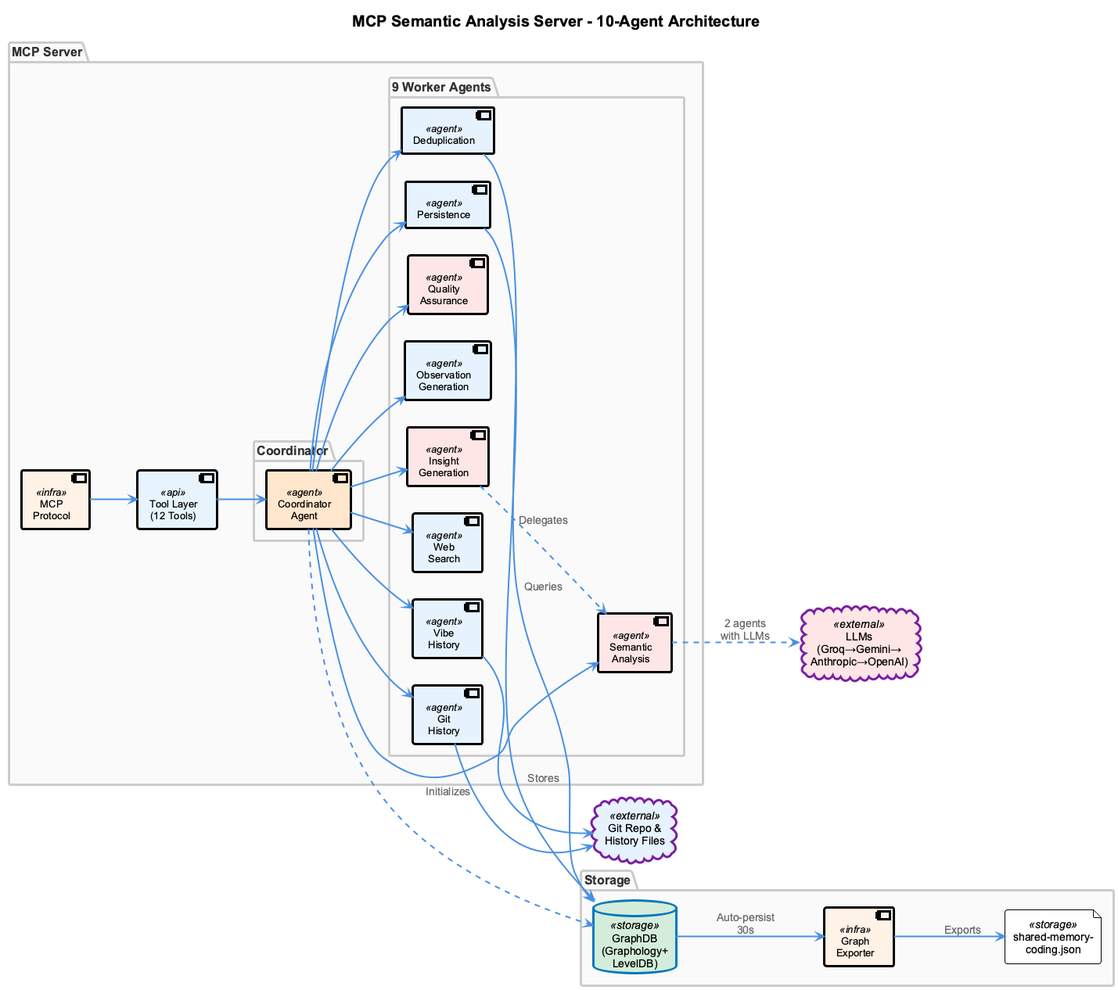
Earlier version of the PlantUML export docs/presentation/images/mcp-server-architecture.png (fwornle/coding).
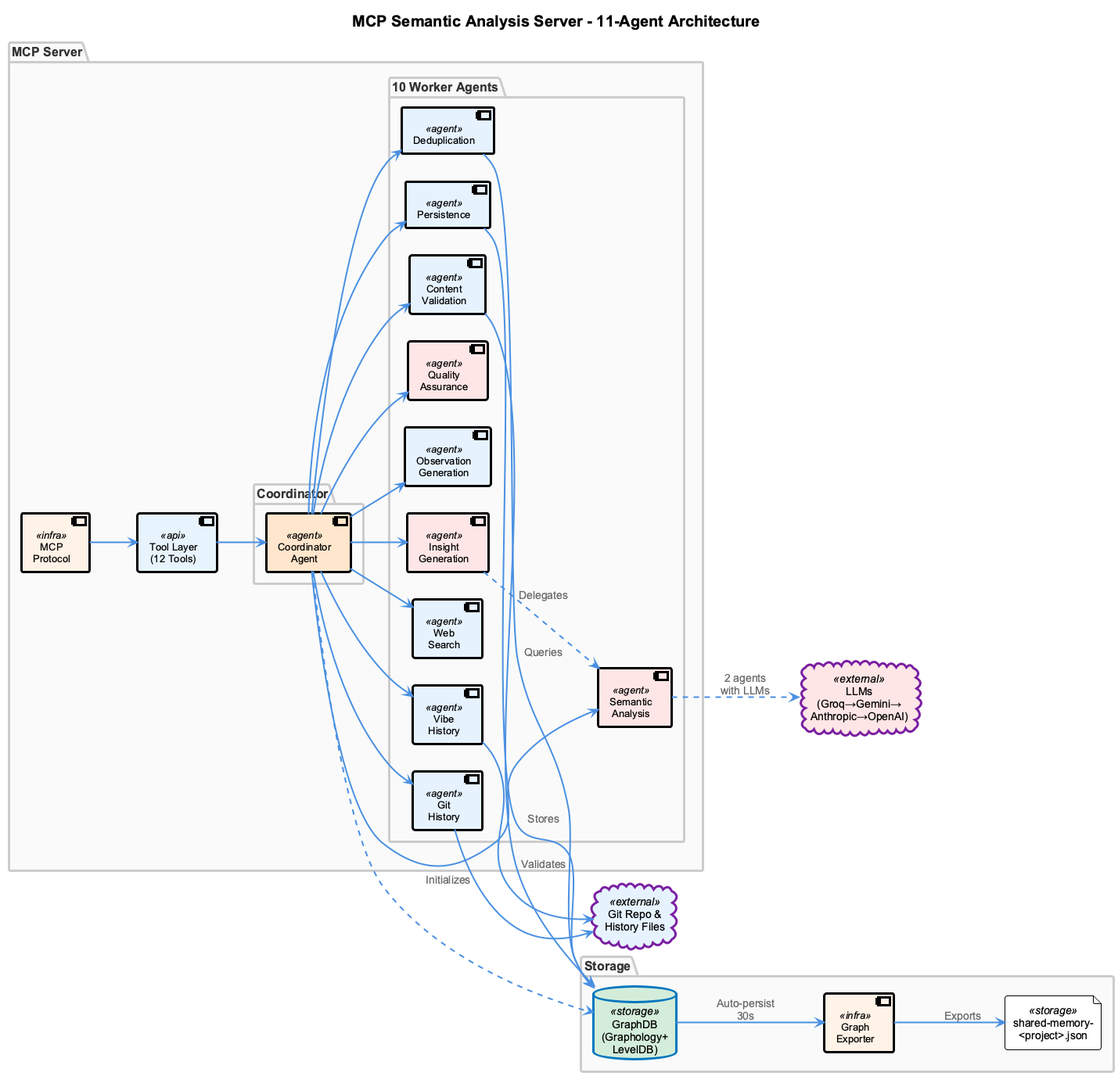
After the commit.

The edit, as a diff of the source:
```diff
@@ -9,7 +9,7 @@
 skinparam noteFontSize 11
 skinparam ArrowThickness 2
 
-title MCP Semantic Analysis Server - 10-Agent Architecture
+title MCP Semantic Analysis Server - 11-Agent Architecture
 
 left to right direction
 
@@ -21,7 +21,7 @@
     component "Coordinator\nAgent" as COORDINATOR <<agent>> #FFE6CC
   }
 
-  package "9 Worker Agents" as AGENTS_PKG {
+  package "10 Worker Agents" as AGENTS_PKG {
     component "Git\nHistory" as GIT <<agent>> #E6F3FF
     component "Vibe\nHistory" as VIBE <<agent>> #E6F3FF
     component "Semantic\nAnalysis" as SEMANTIC <<agent>> #FFE6E6
@@ -29,6 +29,7 @@
     component "Insight\nGeneration" as INSIGHT <<agent>> #FFE6E6
     component "Observation\nGeneration" as OBS <<agent>> #E6F3FF
     component "Quality\nAssurance" as QA <<agent>> #FFE6E6
+    component "Content\nValidation" as CONTENT <<agent>> #E6F3FF
     component "Persistence" as PERSIST <<agent>> #E6F3FF
     component "Deduplication" as DEDUP <<agent>> #E6F3FF
   }
@@ -37,7 +38,7 @@
 package "Storage" as STORAGE_PKG {
   database "GraphDB\n(Graphology+\nLevelDB)" as GRAPHDB <<storage>> #D4EDDA
   component "Graph\nExporter" as EXPORTER <<infra>>
-  file "shared-memory-\ncoding.json" as JSON <<storage>>
+  file "shared-memory-\n<project>.json" as JSON <<storage>>
 }
 
 cloud "LLMs\n(Groq→Gemini→\nAnthropic→OpenAI)" as LLMS <<external>> #FFE6E6
@@ -53,11 +54,13 @@
 COORDINATOR --> OBS
 COORDINATOR --> QA
 COORDINATOR --> PERSIST
+COORDINATOR --> CONTENT
 COORDINATOR --> DEDUP
 
 COORDINATOR ..> GRAPHDB : "Initializes"
 PERSIST --> GRAPHDB : "Stores"
 DEDUP --> GRAPHDB : "Queries"
+CONTENT --> GRAPHDB : "Validates"
 GRAPHDB --> EXPORTER : "Auto-persist\n30s"
 EXPORTER --> JSON : "Exports"
 
```
